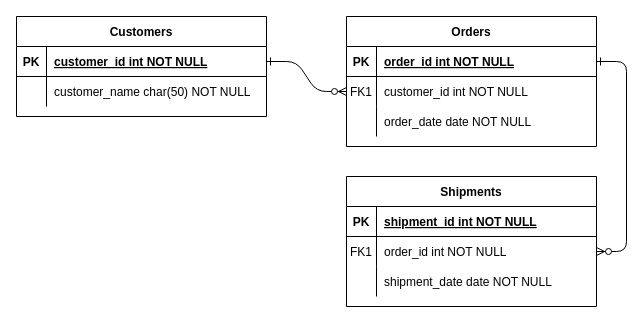
Above: MRS-ERD.drawio in GmallSysdev/gmall.diagram (draw.io), before the change. Source tidied: cells renumbered, new cells numbered last; positions are measured from the earlier drawing's top-left corner, leaving out a move shared by most shapes. Both pictures are drawn from the tidied source at 100%, with x=0, y=0 at pixel (16, 16).
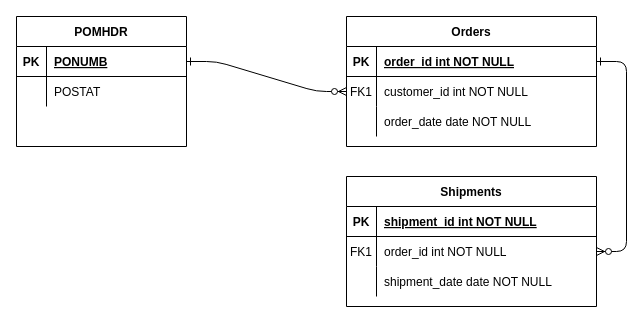
The same page after the edit.

Change to the diagram source:
```diff
@@
-    <mxCell id="24" value="Customers" style="shape=table;startSize=30;childLayout=tableLayout;rowLines=0;fontStyle=1;align=center;" parent="1" vertex="1">
-      <mxGeometry width="250" height="100" as="geometry" />
+    <mxCell id="24" value="POMHDR" style="shape=table;startSize=30;childLayout=tableLayout;rowLines=0;fontStyle=1;align=center;" parent="1" vertex="1">
+      <mxGeometry width="170" height="130" as="geometry" />
     </mxCell>
     <mxCell id="25" style="shape=partialRectangle;fillColor=none;points=[[0,0.5],[1,0.5]];portConstraint=eastwest;top=0;left=0;right=0;bottom=1;" parent="24" vertex="1">
-      <mxGeometry y="30" width="250" height="30" as="geometry" />
+      <mxGeometry y="30" width="170" height="30" as="geometry" />
     </mxCell>
@@
-    <mxCell id="27" value="customer_id int NOT NULL " style="shape=partialRectangle;overflow=hidden;fillColor=none;top=0;left=0;bottom=0;right=0;align=left;spacingLeft=6;fontStyle=5;" parent="25" vertex="1">
-      <mxGeometry x="30" width="220" height="30" as="geometry" />
+    <mxCell id="27" value="PONUMB" style="shape=partialRectangle;overflow=hidden;fillColor=none;top=0;left=0;bottom=0;right=0;align=left;spacingLeft=6;fontStyle=5;" parent="25" vertex="1">
+      <mxGeometry x="30" width="140" height="30" as="geometry" />
     </mxCell>
     <mxCell id="28" style="shape=partialRectangle;fillColor=none;top=0;left=0;right=0;bottom=0;" parent="24" vertex="1">
-      <mxGeometry y="60" width="250" height="30" as="geometry" />
+      <mxGeometry y="60" width="170" height="30" as="geometry" />
     </mxCell>
@@
-    <mxCell id="30" value="customer_name char(50) NOT NULL" style="shape=partialRectangle;overflow=hidden;fillColor=none;top=0;left=0;bottom=0;right=0;align=left;spacingLeft=6;" parent="28" vertex="1">
-      <mxGeometry x="30" width="220" height="30" as="geometry" />
+    <mxCell id="30" value="POSTAT" style="shape=partialRectangle;overflow=hidden;fillColor=none;top=0;left=0;bottom=0;right=0;align=left;spacingLeft=6;" parent="28" vertex="1">
+      <mxGeometry x="30" width="140" height="30" as="geometry" />
     </mxCell>
```
